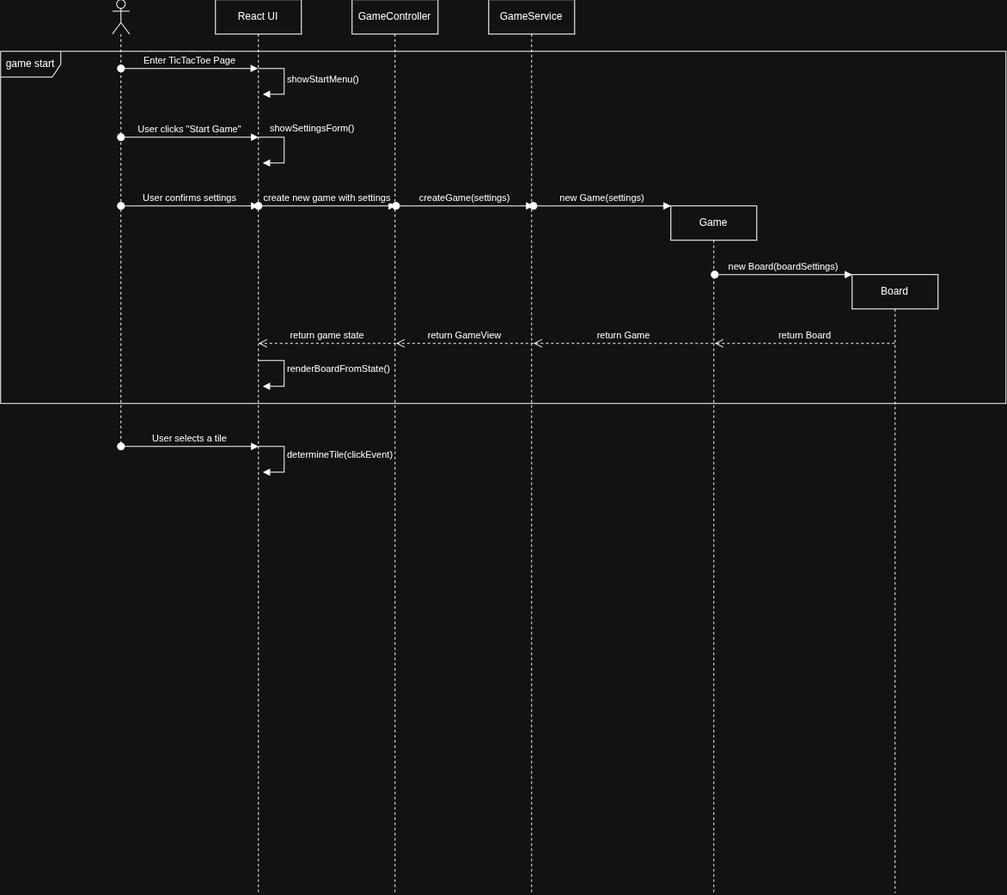
Above: docs/sequence-diagram.drawio.png in a16zebra/TicTacToe (draw.io), before the change. Source tidied: cells renumbered, new cells last; positions are measured from the earlier drawing's top-left corner, leaving out a move shared by most shapes.
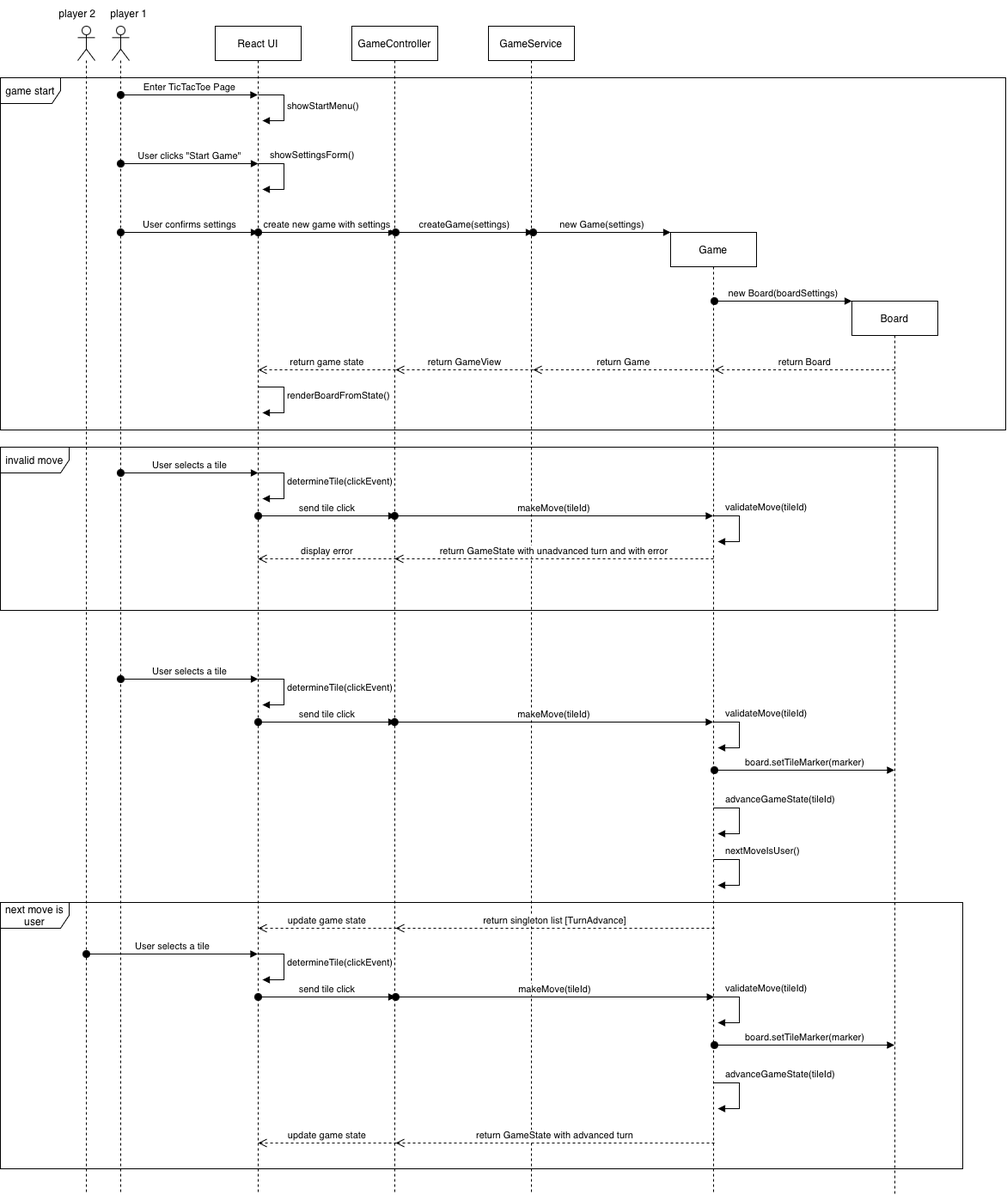
Above is the later version.

Commit message:
Update sequence diagram

What changed in the source:
```diff
@@ -3,10 +3,10 @@
     <mxCell id="0" />
     <mxCell id="1" parent="0" />
     <mxCell id="2" style="shape=umlLifeline;perimeter=lifelinePerimeter;whiteSpace=wrap;html=1;newEdgeStyle={&quot;curved&quot;:0,&quot;rounded&quot;:0};participant=umlActor;" parent="1" vertex="1">
-      <mxGeometry x="130" width="20" height="520" as="geometry" />
+      <mxGeometry x="130" width="20" height="1360" as="geometry" />
     </mxCell>
     <mxCell id="3" value="React UI" style="shape=umlLifeline;perimeter=lifelinePerimeter;whiteSpace=wrap;html=1;newEdgeStyle={&quot;curved&quot;:0,&quot;rounded&quot;:0};" parent="1" vertex="1">
-      <mxGeometry x="250" width="100" height="1040" as="geometry" />
+      <mxGeometry x="250" width="100" height="1360" as="geometry" />
     </mxCell>
     <mxCell id="4" value="showStartMenu()" style="html=1;align=left;spacingLeft=2;endArrow=block;rounded=0;edgeStyle=orthogonalEdgeStyle;curved=0;rounded=0;" parent="3" edge="1">
       <mxGeometry relative="1" as="geometry">
@@ -27,16 +27,16 @@
       </mxGeometry>
     </mxCell>
     <mxCell id="6" value="GameController" style="shape=umlLifeline;perimeter=lifelinePerimeter;whiteSpace=wrap;html=1;newEdgeStyle={&quot;curved&quot;:0,&quot;rounded&quot;:0};" parent="1" vertex="1">
-      <mxGeometry x="409" width="100" height="1040" as="geometry" />
+      <mxGeometry x="409" width="100" height="1360" as="geometry" />
     </mxCell>
     <mxCell id="7" value="GameService" style="shape=umlLifeline;perimeter=lifelinePerimeter;whiteSpace=wrap;html=1;newEdgeStyle={&quot;curved&quot;:0,&quot;rounded&quot;:0};" parent="1" vertex="1">
-      <mxGeometry x="568" width="100" height="1040" as="geometry" />
+      <mxGeometry x="568" width="100" height="1360" as="geometry" />
     </mxCell>
     <mxCell id="8" value="Game" style="shape=umlLifeline;perimeter=lifelinePerimeter;whiteSpace=wrap;html=1;outlineConnect=0;portConstraint=eastwest;newEdgeStyle={&quot;curved&quot;:0,&quot;rounded&quot;:0};size=40;" parent="1" vertex="1">
-      <mxGeometry x="780" y="240" width="100" height="800" as="geometry" />
+      <mxGeometry x="780" y="240" width="100" height="1120" as="geometry" />
     </mxCell>
     <mxCell id="9" value="Board" style="shape=umlLifeline;perimeter=lifelinePerimeter;whiteSpace=wrap;html=1;outlineConnect=0;portConstraint=eastwest;newEdgeStyle={&quot;curved&quot;:0,&quot;rounded&quot;:0};" parent="1" vertex="1">
-      <mxGeometry x="991" y="320" width="100" height="720" as="geometry" />
+      <mxGeometry x="991" y="320" width="100" height="1040" as="geometry" />
     </mxCell>
     <mxCell id="10" value="Enter TicTacToe Page" style="html=1;verticalAlign=bottom;startArrow=oval;startFill=1;endArrow=block;startSize=8;curved=0;rounded=0;" parent="1" edge="1">
       <mxGeometry relative="1" as="geometry">
@@ -129,5 +129,188 @@
         </Array>
       </mxGeometry>
     </mxCell>
+    <mxCell id="25" value="send tile click" style="html=1;verticalAlign=bottom;startArrow=oval;startFill=1;endArrow=block;startSize=8;curved=0;rounded=0;" parent="1" edge="1">
+      <mxGeometry relative="1" as="geometry">
+        <mxPoint x="300" y="570" as="sourcePoint" />
+        <mxPoint x="460" y="570" as="targetPoint" />
+      </mxGeometry>
+    </mxCell>
+    <mxCell id="26" value="makeMove(tileId)" style="html=1;verticalAlign=bottom;startArrow=oval;startFill=1;endArrow=block;startSize=8;curved=0;rounded=0;" parent="1" edge="1">
+      <mxGeometry relative="1" as="geometry">
+        <mxPoint x="458.8" y="570" as="sourcePoint" />
+        <mxPoint x="829.5" y="570" as="targetPoint" />
+      </mxGeometry>
+    </mxCell>
+    <mxCell id="27" value="validateMove(tileId)" style="html=1;align=left;spacingLeft=2;endArrow=block;rounded=0;edgeStyle=orthogonalEdgeStyle;curved=0;rounded=0;" parent="1" edge="1">
+      <mxGeometry x="-0.76" y="10" relative="1" as="geometry">
+        <mxPoint x="830" y="570" as="sourcePoint" />
+        <mxPoint x="835" y="600" as="targetPoint" />
+        <Array as="points">
+          <mxPoint x="860" y="600" />
+        </Array>
+      </mxGeometry>
+    </mxCell>
+    <mxCell id="28" value="board.setTileMarker(marker)" style="html=1;verticalAlign=bottom;startArrow=oval;startFill=1;endArrow=block;startSize=8;curved=0;rounded=0;" parent="1" edge="1">
+      <mxGeometry relative="1" as="geometry">
+        <mxPoint x="831" y="866" as="sourcePoint" />
+        <mxPoint x="1040.5" y="866" as="targetPoint" />
+      </mxGeometry>
+    </mxCell>
+    <mxCell id="29" value="invalid move" style="shape=umlFrame;whiteSpace=wrap;html=1;width=80;height=30;" parent="1" vertex="1">
+      <mxGeometry y="490" width="1091" height="190" as="geometry" />
+    </mxCell>
+    <mxCell id="30" value="return GameState with unadvanced turn and with error" style="html=1;verticalAlign=bottom;endArrow=open;dashed=1;endSize=8;curved=0;rounded=0;" parent="1" edge="1">
+      <mxGeometry relative="1" as="geometry">
+        <mxPoint x="830" y="620" as="sourcePoint" />
+        <mxPoint x="458.9" y="620" as="targetPoint" />
+      </mxGeometry>
+    </mxCell>
+    <mxCell id="31" value="validateMove(tileId)" style="html=1;align=left;spacingLeft=2;endArrow=block;rounded=0;edgeStyle=orthogonalEdgeStyle;curved=0;rounded=0;" parent="1" edge="1">
+      <mxGeometry x="-0.76" y="10" relative="1" as="geometry">
+        <mxPoint x="830" y="810" as="sourcePoint" />
+        <mxPoint x="835" y="840" as="targetPoint" />
+        <Array as="points">
+          <mxPoint x="860" y="840" />
+        </Array>
+      </mxGeometry>
+    </mxCell>
+    <mxCell id="32" value="return singleton list [TurnAdvance]" style="html=1;verticalAlign=bottom;endArrow=open;dashed=1;endSize=8;curved=0;rounded=0;" parent="1" edge="1">
+      <mxGeometry relative="1" as="geometry">
+        <mxPoint x="831" y="1050" as="sourcePoint" />
+        <mxPoint x="460" y="1050" as="targetPoint" />
+      </mxGeometry>
+    </mxCell>
+    <mxCell id="33" value="display error" style="html=1;verticalAlign=bottom;endArrow=open;dashed=1;endSize=8;curved=0;rounded=0;" parent="1" edge="1">
+      <mxGeometry relative="1" as="geometry">
+        <mxPoint x="461" y="620" as="sourcePoint" />
+        <mxPoint x="299.9" y="620" as="targetPoint" />
+      </mxGeometry>
+    </mxCell>
+    <mxCell id="34" value="User selects a tile" style="html=1;verticalAlign=bottom;startArrow=oval;startFill=1;endArrow=block;startSize=8;curved=0;rounded=0;" parent="1" edge="1">
+      <mxGeometry relative="1" as="geometry">
+        <mxPoint x="140" y="760" as="sourcePoint" />
+        <mxPoint x="300" y="760" as="targetPoint" />
+      </mxGeometry>
+    </mxCell>
+    <mxCell id="35" value="determineTile(clickEvent)" style="html=1;align=left;spacingLeft=2;endArrow=block;rounded=0;edgeStyle=orthogonalEdgeStyle;curved=0;rounded=0;" parent="1" edge="1">
+      <mxGeometry x="-0.06" relative="1" as="geometry">
+        <mxPoint x="300" y="760" as="sourcePoint" />
+        <mxPoint x="305" y="790" as="targetPoint" />
+        <Array as="points">
+          <mxPoint x="330" y="790" />
+        </Array>
+      </mxGeometry>
+    </mxCell>
+    <mxCell id="36" value="send tile click" style="html=1;verticalAlign=bottom;startArrow=oval;startFill=1;endArrow=block;startSize=8;curved=0;rounded=0;" parent="1" edge="1">
+      <mxGeometry relative="1" as="geometry">
+        <mxPoint x="300" y="810" as="sourcePoint" />
+        <mxPoint x="460" y="810" as="targetPoint" />
+      </mxGeometry>
+    </mxCell>
+    <mxCell id="37" value="makeMove(tileId)" style="html=1;verticalAlign=bottom;startArrow=oval;startFill=1;endArrow=block;startSize=8;curved=0;rounded=0;" parent="1" edge="1">
+      <mxGeometry relative="1" as="geometry">
+        <mxPoint x="458.8" y="810" as="sourcePoint" />
+        <mxPoint x="829.5" y="810" as="targetPoint" />
+      </mxGeometry>
+    </mxCell>
+    <mxCell id="38" value="advanceGameState(tileId)" style="html=1;align=left;spacingLeft=2;endArrow=block;rounded=0;edgeStyle=orthogonalEdgeStyle;curved=0;rounded=0;" parent="1" edge="1">
+      <mxGeometry x="-0.76" y="10" relative="1" as="geometry">
+        <mxPoint x="830" y="910" as="sourcePoint" />
+        <mxPoint x="835" y="940" as="targetPoint" />
+        <Array as="points">
+          <mxPoint x="860" y="940" />
+        </Array>
+      </mxGeometry>
+    </mxCell>
+    <mxCell id="39" style="shape=umlLifeline;perimeter=lifelinePerimeter;whiteSpace=wrap;html=1;newEdgeStyle={&quot;curved&quot;:0,&quot;rounded&quot;:0};participant=umlActor;" parent="1" vertex="1">
+      <mxGeometry x="90" width="20" height="1360" as="geometry" />
+    </mxCell>
+    <mxCell id="40" value="player 1" style="text;html=1;whiteSpace=wrap;strokeColor=none;fillColor=none;align=center;verticalAlign=middle;rounded=0;" parent="1" vertex="1">
+      <mxGeometry x="120" y="-30" width="60" height="30" as="geometry" />
+    </mxCell>
+    <mxCell id="41" value="player 2" style="text;html=1;whiteSpace=wrap;strokeColor=none;fillColor=none;align=center;verticalAlign=middle;rounded=0;" parent="1" vertex="1">
+      <mxGeometry x="60" y="-30" width="60" height="30" as="geometry" />
+    </mxCell>
+    <mxCell id="42" value="update game state" style="html=1;verticalAlign=bottom;endArrow=open;dashed=1;endSize=8;curved=0;rounded=0;" parent="1" edge="1">
+      <mxGeometry relative="1" as="geometry">
+        <mxPoint x="461.1" y="1050" as="sourcePoint" />
+        <mxPoint x="300" y="1050" as="targetPoint" />
+      </mxGeometry>
+    </mxCell>
+    <mxCell id="43" value="User selects a tile" style="html=1;verticalAlign=bottom;startArrow=oval;startFill=1;endArrow=block;startSize=8;curved=0;rounded=0;" parent="1" edge="1">
+      <mxGeometry relative="1" as="geometry">
+        <mxPoint x="100" y="1080" as="sourcePoint" />
+        <mxPoint x="299.5" y="1080" as="targetPoint" />
+      </mxGeometry>
+    </mxCell>
+    <mxCell id="44" value="determineTile(clickEvent)" style="html=1;align=left;spacingLeft=2;endArrow=block;rounded=0;edgeStyle=orthogonalEdgeStyle;curved=0;rounded=0;" parent="1" edge="1">
+      <mxGeometry x="-0.06" relative="1" as="geometry">
+        <mxPoint x="300" y="1080" as="sourcePoint" />
+        <mxPoint x="305" y="1110" as="targetPoint" />
+        <Array as="points">
+          <mxPoint x="330" y="1110" />
+        </Array>
+      </mxGeometry>
+    </mxCell>
+    <mxCell id="45" value="send tile click" style="html=1;verticalAlign=bottom;startArrow=oval;startFill=1;endArrow=block;startSize=8;curved=0;rounded=0;" parent="1" edge="1">
+      <mxGeometry relative="1" as="geometry">
+        <mxPoint x="300" y="1130" as="sourcePoint" />
+        <mxPoint x="460" y="1130" as="targetPoint" />
+      </mxGeometry>
+    </mxCell>
+    <mxCell id="46" value="makeMove(tileId)" style="html=1;verticalAlign=bottom;startArrow=oval;startFill=1;endArrow=block;startSize=8;curved=0;rounded=0;" parent="1" edge="1">
+      <mxGeometry relative="1" as="geometry">
+        <mxPoint x="460" y="1130" as="sourcePoint" />
+        <mxPoint x="830.7" y="1130" as="targetPoint" />
+      </mxGeometry>
+    </mxCell>
+    <mxCell id="47" value="validateMove(tileId)" style="html=1;align=left;spacingLeft=2;endArrow=block;rounded=0;edgeStyle=orthogonalEdgeStyle;curved=0;rounded=0;" parent="1" edge="1">
+      <mxGeometry x="-0.76" y="10" relative="1" as="geometry">
+        <mxPoint x="830" y="1130" as="sourcePoint" />
+        <mxPoint x="835" y="1160" as="targetPoint" />
+        <Array as="points">
+          <mxPoint x="860" y="1160" />
+        </Array>
+      </mxGeometry>
+    </mxCell>
+    <mxCell id="48" value="board.setTileMarker(marker)" style="html=1;verticalAlign=bottom;startArrow=oval;startFill=1;endArrow=block;startSize=8;curved=0;rounded=0;" parent="1" edge="1">
+      <mxGeometry relative="1" as="geometry">
+        <mxPoint x="831" y="1186" as="sourcePoint" />
+        <mxPoint x="1040.5" y="1186" as="targetPoint" />
+      </mxGeometry>
+    </mxCell>
+    <mxCell id="49" value="advanceGameState(tileId)" style="html=1;align=left;spacingLeft=2;endArrow=block;rounded=0;edgeStyle=orthogonalEdgeStyle;curved=0;rounded=0;" parent="1" edge="1">
+      <mxGeometry x="-0.76" y="10" relative="1" as="geometry">
+        <mxPoint x="830" y="1230" as="sourcePoint" />
+        <mxPoint x="835" y="1260" as="targetPoint" />
+        <Array as="points">
+          <mxPoint x="860" y="1260" />
+        </Array>
+      </mxGeometry>
+    </mxCell>
+    <mxCell id="50" value="return GameState with advanced turn" style="html=1;verticalAlign=bottom;endArrow=open;dashed=1;endSize=8;curved=0;rounded=0;" parent="1" edge="1">
+      <mxGeometry relative="1" as="geometry">
+        <mxPoint x="831" y="1300" as="sourcePoint" />
+        <mxPoint x="460" y="1300" as="targetPoint" />
+      </mxGeometry>
+    </mxCell>
+    <mxCell id="51" value="update game state" style="html=1;verticalAlign=bottom;endArrow=open;dashed=1;endSize=8;curved=0;rounded=0;" parent="1" edge="1">
+      <mxGeometry relative="1" as="geometry">
+        <mxPoint x="461.1" y="1300" as="sourcePoint" />
+        <mxPoint x="300" y="1300" as="targetPoint" />
+      </mxGeometry>
+    </mxCell>
+    <mxCell id="52" value="next move is user" style="shape=umlFrame;whiteSpace=wrap;html=1;width=80;height=30;" parent="1" vertex="1">
+      <mxGeometry y="1020" width="1120" height="310" as="geometry" />
+    </mxCell>
+    <mxCell id="53" value="nextMoveIsUser()" style="html=1;align=left;spacingLeft=2;endArrow=block;rounded=0;edgeStyle=orthogonalEdgeStyle;curved=0;rounded=0;" parent="1" edge="1">
+      <mxGeometry x="-0.76" y="10" relative="1" as="geometry">
+        <mxPoint x="830" y="970" as="sourcePoint" />
+        <mxPoint x="835" y="1000" as="targetPoint" />
+        <Array as="points">
+          <mxPoint x="860" y="1000" />
+        </Array>
+      </mxGeometry>
+    </mxCell>
   </root>
 </mxGraphModel>
```
